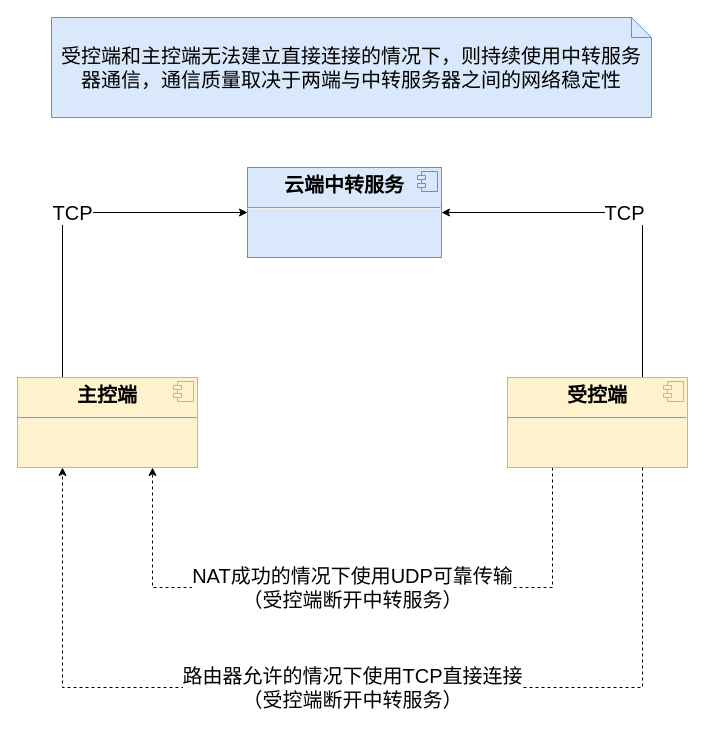
Above: adhoc.drawio in kwhitestone/drawio (draw.io), before the change. Source tidied: cells renumbered, new cells numbered last; positions are measured from the earlier drawing's top-left corner, leaving out a move shared by most shapes. Both pictures are drawn from the tidied source at 100%, with x=0, y=0 at pixel (17, 17).
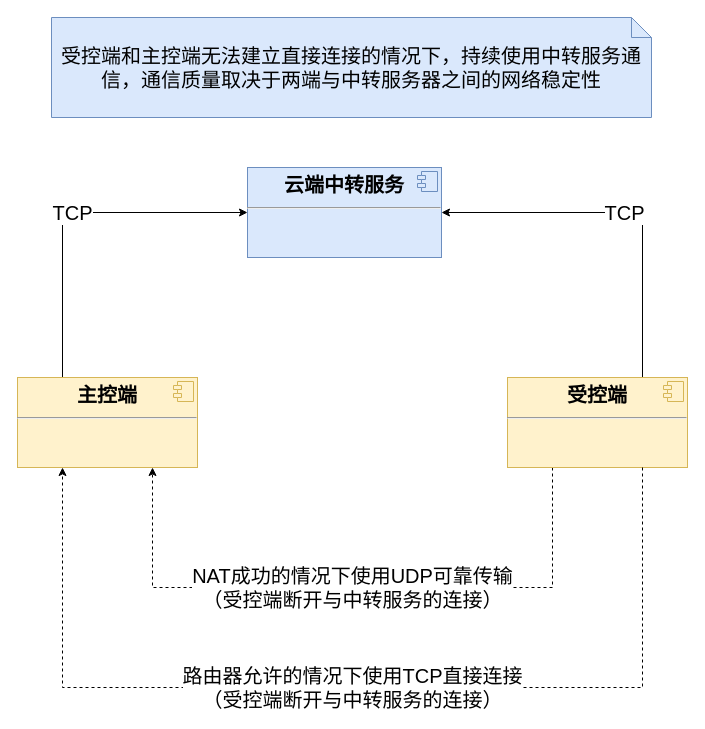
The same diagram, later.

Change to the diagram source:
```diff
@@
 <mxGraphModel>
   <root>
     <mxCell id="0" />
     <mxCell id="1" parent="0" />
     <mxCell id="2" value="TCP" style="edgeStyle=orthogonalEdgeStyle;rounded=0;jettySize=auto;html=1;entryX=0;entryY=0.5;entryDx=0;entryDy=0;exitX=0.25;exitY=0;exitDx=0;exitDy=0;fontSize=20;" parent="1" edge="1" source="3" target="9">
       <mxGeometry relative="1" as="geometry">
         <Array as="points">
           <mxPoint x="45" y="195" />
         </Array>
       </mxGeometry>
     </mxCell>
     <mxCell id="3" value="&lt;p style=&quot;margin: 6px 0px 0px; text-align: center; font-size: 20px;&quot;&gt;&lt;b style=&quot;font-size: 20px;&quot;&gt;主控端&lt;/b&gt;&lt;/p&gt;&lt;hr style=&quot;font-size: 20px;&quot;&gt;&lt;p style=&quot;margin: 0px 0px 0px 8px; font-size: 20px;&quot;&gt;&lt;br style=&quot;font-size: 20px;&quot;&gt;&lt;/p&gt;" style="align=left;overflow=fill;html=1;whiteSpace=wrap;fontSize=20;fillColor=#fff2cc;strokeColor=#d6b656;" parent="1" vertex="1">
       <mxGeometry y="360" width="180" height="90" as="geometry" />
     </mxCell>
     <mxCell id="4" style="shape=component;jettyWidth=8;jettyHeight=4;fontSize=20;fillColor=#fff2cc;strokeColor=#d6b656;" parent="3" vertex="1">
       <mxGeometry x="1" width="20" height="20" relative="1" as="geometry">
         <mxPoint x="-24" y="4" as="offset" />
       </mxGeometry>
     </mxCell>
     <mxCell id="5" value="TCP" style="edgeStyle=orthogonalEdgeStyle;rounded=0;jettySize=auto;html=1;entryX=1;entryY=0.5;entryDx=0;entryDy=0;exitX=0.75;exitY=0;exitDx=0;exitDy=0;fontSize=20;" parent="1" edge="1" source="7" target="9">
       <mxGeometry relative="1" as="geometry" />
     </mxCell>
-    <mxCell id="6" value="NAT成功的情况下使用UDP可靠传输&lt;br&gt;（受控端断开中转服务）" style="edgeStyle=orthogonalEdgeStyle;rounded=0;jettySize=auto;html=1;entryX=0.75;entryY=1;entryDx=0;entryDy=0;exitX=0.25;exitY=1;exitDx=0;exitDy=0;fontSize=20;dashed=1;" parent="1" edge="1" source="7" target="3">
+    <mxCell id="6" value="NAT成功的情况下使用UDP可靠传输&lt;br&gt;（受控端断开与中转服务的连接）" style="edgeStyle=orthogonalEdgeStyle;rounded=0;jettySize=auto;html=1;entryX=0.75;entryY=1;entryDx=0;entryDy=0;exitX=0.25;exitY=1;exitDx=0;exitDy=0;fontSize=20;dashed=1;" parent="1" edge="1" source="7" target="3">
       <mxGeometry relative="1" as="geometry">
         <Array as="points">
           <mxPoint x="535" y="570" />
           <mxPoint x="135" y="570" />
         </Array>
       </mxGeometry>
     </mxCell>
     <mxCell id="7" value="&lt;p style=&quot;margin: 6px 0px 0px; text-align: center; font-size: 20px;&quot;&gt;&lt;b style=&quot;font-size: 20px;&quot;&gt;受控端&lt;/b&gt;&lt;/p&gt;&lt;hr style=&quot;font-size: 20px;&quot;&gt;&lt;p style=&quot;margin: 0px 0px 0px 8px; font-size: 20px;&quot;&gt;&lt;br style=&quot;font-size: 20px;&quot;&gt;&lt;/p&gt;" style="align=left;overflow=fill;html=1;whiteSpace=wrap;fontSize=20;fillColor=#fff2cc;strokeColor=#d6b656;" parent="1" vertex="1">
       <mxGeometry x="490" y="360" width="180" height="90" as="geometry" />
     </mxCell>
     <mxCell id="8" style="shape=component;jettyWidth=8;jettyHeight=4;fontSize=20;fillColor=#fff2cc;strokeColor=#d6b656;" parent="7" vertex="1">
       <mxGeometry x="1" width="20" height="20" relative="1" as="geometry">
         <mxPoint x="-24" y="4" as="offset" />
       </mxGeometry>
     </mxCell>
     <mxCell id="9" value="&lt;p style=&quot;margin: 6px 0px 0px; text-align: center; font-size: 20px;&quot;&gt;&lt;b style=&quot;font-size: 20px;&quot;&gt;云端中转服务&lt;/b&gt;&lt;/p&gt;&lt;hr style=&quot;font-size: 20px;&quot;&gt;&lt;p style=&quot;margin: 0px 0px 0px 8px; font-size: 20px;&quot;&gt;&lt;br style=&quot;font-size: 20px;&quot;&gt;&lt;/p&gt;" style="align=left;overflow=fill;html=1;whiteSpace=wrap;fontSize=20;fillColor=#dae8fc;strokeColor=#6c8ebf;" parent="1" vertex="1">
       <mxGeometry x="230" y="150" width="194" height="90" as="geometry" />
     </mxCell>
     <mxCell id="10" style="shape=component;jettyWidth=8;jettyHeight=4;fontSize=20;fillColor=#dae8fc;strokeColor=#6c8ebf;" parent="9" vertex="1">
       <mxGeometry x="1" width="20" height="20" relative="1" as="geometry">
         <mxPoint x="-24" y="4" as="offset" />
       </mxGeometry>
     </mxCell>
-    <mxCell id="11" value="路由器允许的情况下使用TCP直接连接&lt;br&gt;（受控端断开中转服务）" style="edgeStyle=orthogonalEdgeStyle;rounded=0;jettySize=auto;html=1;entryX=0.25;entryY=1;entryDx=0;entryDy=0;exitX=0.75;exitY=1;exitDx=0;exitDy=0;fontSize=20;dashed=1;" parent="1" edge="1" source="7" target="3">
+    <mxCell id="11" value="路由器允许的情况下使用TCP直接连接&lt;br&gt;（受控端断开与中转服务的连接）" style="edgeStyle=orthogonalEdgeStyle;rounded=0;jettySize=auto;html=1;entryX=0.25;entryY=1;entryDx=0;entryDy=0;exitX=0.75;exitY=1;exitDx=0;exitDy=0;fontSize=20;dashed=1;" parent="1" edge="1" source="7" target="3">
       <mxGeometry relative="1" as="geometry">
         <Array as="points">
           <mxPoint x="625" y="670" />
           <mxPoint x="45" y="670" />
         </Array>
       </mxGeometry>
     </mxCell>
-    <mxCell id="12" value="受控端和主控端无法建立直接连接的情况下，则持续使用中转服务器通信，通信质量取决于两端与中转服务器之间的网络稳定性" style="shape=note;size=20;whiteSpace=wrap;html=1;fontSize=20;fillColor=#dae8fc;strokeColor=#6c8ebf;" parent="1" vertex="1">
+    <mxCell id="12" value="受控端和主控端无法建立直接连接的情况下，持续使用中转服务通信，通信质量取决于两端与中转服务器之间的网络稳定性" style="shape=note;size=20;whiteSpace=wrap;html=1;fontSize=20;fillColor=#dae8fc;strokeColor=#6c8ebf;" parent="1" vertex="1">
       <mxGeometry x="34" width="600" height="100" as="geometry" />
     </mxCell>
   </root>
 </mxGraphModel>
```
